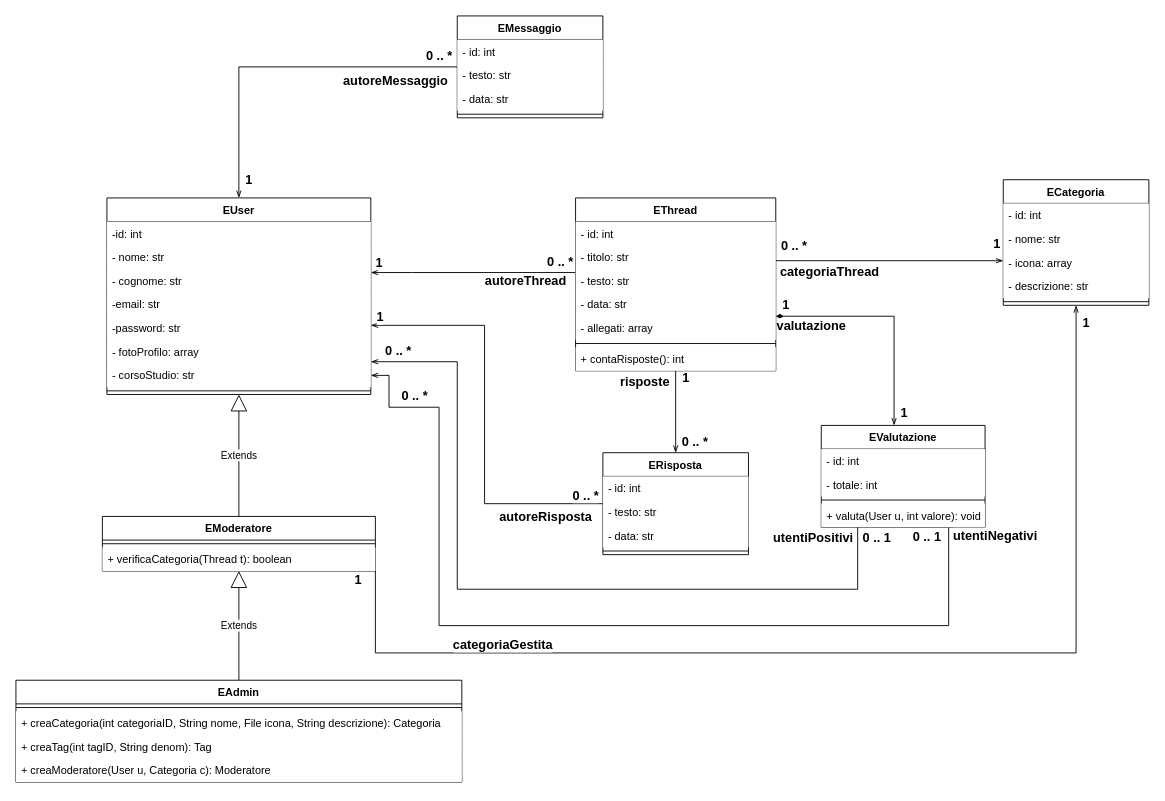
Earlier version of the draw.io diagram Diagrammi/UML.drawio (EdoPan/UniChat). Source tidied: cells renumbered, new cells numbered last; positions are measured from the earlier drawing's top-left corner, leaving out a move shared by most shapes. Both pictures are drawn from the tidied source at 91%, with x=0, y=0 at pixel (15, 15).
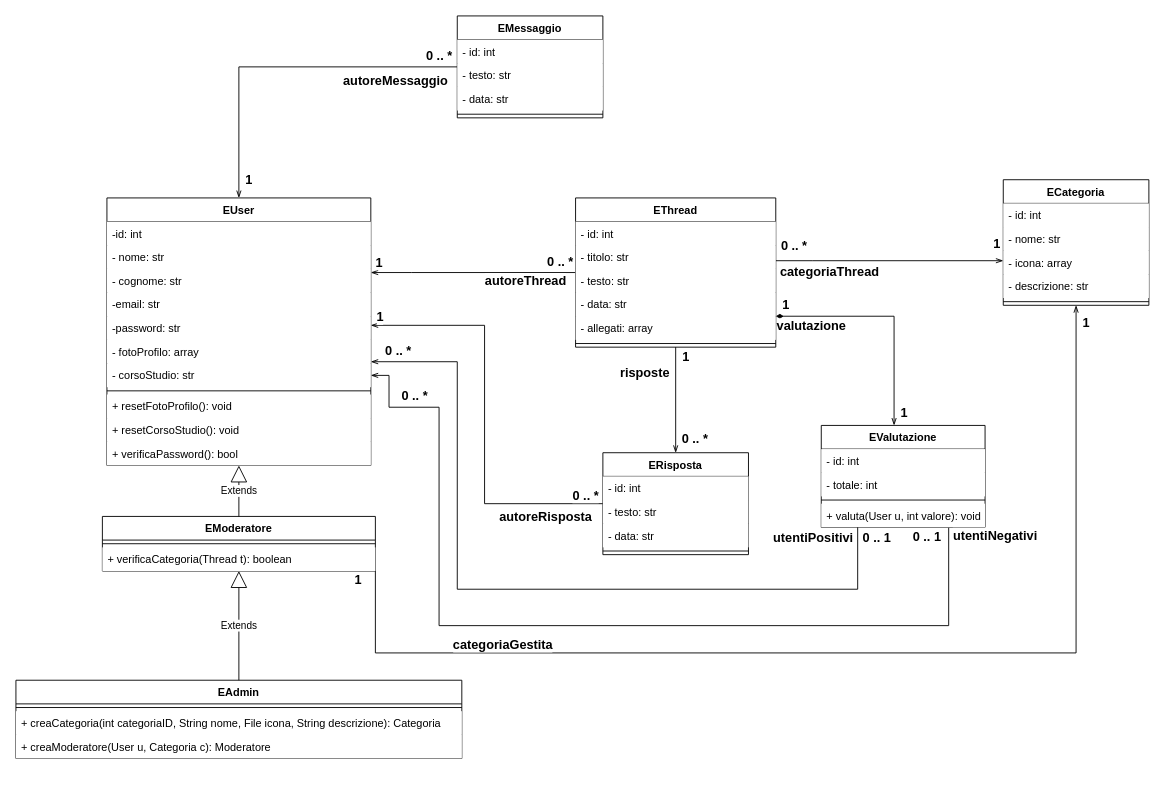
After the change.

Commit message:
Rimozione metodo creaTag in Eadmin. Aggiunta metodi resetFotoProfilo, resetCorsoStudio, verificaPassword a EUser. Rimozione metodo contaRisposte a EThread.

The edit, as a diff of the source:
```diff
@@
     <mxCell id="2" value="EUser" style="swimlane;fontStyle=1;align=center;verticalAlign=top;horizontal=1;startSize=26;" parent="1" vertex="1">
-      <mxGeometry x="100" y="200" width="290" height="216" as="geometry" />
+      <mxGeometry x="100" y="200" width="290" height="294" as="geometry" />
     </mxCell>
@@
+    <mxCell id="86" value="+ resetFotoProfilo(): void" style="text;align=left;verticalAlign=top;spacingLeft=4;spacingRight=4;overflow=hidden;fillColor=#FFFFFF;" parent="2" vertex="1">
+      <mxGeometry y="216" width="290" height="26" as="geometry" />
+    </mxCell>
+    <mxCell id="87" value="+ resetCorsoStudio(): void" style="text;align=left;verticalAlign=top;spacingLeft=4;spacingRight=4;overflow=hidden;fillColor=#FFFFFF;" parent="2" vertex="1">
+      <mxGeometry y="242" width="290" height="26" as="geometry" />
+    </mxCell>
+    <mxCell id="88" value="+ verificaPassword(): bool" style="text;align=left;verticalAlign=top;spacingLeft=4;spacingRight=4;overflow=hidden;fillColor=#FFFFFF;" parent="2" vertex="1">
+      <mxGeometry y="268" width="290" height="26" as="geometry" />
+    </mxCell>
@@
     <mxCell id="36" value="EThread" style="swimlane;fontStyle=1;align=center;verticalAlign=top;horizontal=1;startSize=26;" parent="1" vertex="1">
-      <mxGeometry x="615" y="200" width="220" height="190" as="geometry" />
+      <mxGeometry x="615" y="200" width="220" height="164" as="geometry" />
     </mxCell>
@@
-    <mxCell id="43" value="+ contaRisposte(): int" style="text;align=left;verticalAlign=top;spacingLeft=4;spacingRight=4;overflow=hidden;fillColor=#FFFFFF;" parent="36" vertex="1">
-      <mxGeometry y="164" width="220" height="26" as="geometry" />
-    </mxCell>
@@
     <mxCell id="72" value="EAdmin" style="swimlane;fontStyle=1;align=center;verticalAlign=top;horizontal=1;startSize=26;fillColor=#FFFFFF;" parent="1" vertex="1">
-      <mxGeometry y="730" width="490" height="112" as="geometry" />
+      <mxGeometry y="730" width="490" height="86" as="geometry" />
     </mxCell>
@@
-    <mxCell id="75" value="+ creaTag(int tagID, String denom): Tag" style="text;strokeColor=none;align=left;verticalAlign=top;spacingLeft=4;spacingRight=4;overflow=hidden;fillColor=#FFFFFF;" parent="72" vertex="1">
-      <mxGeometry y="60" width="490" height="26" as="geometry" />
-    </mxCell>
     <mxCell id="76" value="+ creaModeratore(User u, Categoria c): Moderatore" style="text;strokeColor=none;align=left;verticalAlign=top;spacingLeft=4;spacingRight=4;overflow=hidden;fillColor=#FFFFFF;" parent="72" vertex="1">
-      <mxGeometry y="86" width="490" height="26" as="geometry" />
+      <mxGeometry y="60" width="490" height="26" as="geometry" />
     </mxCell>
```
